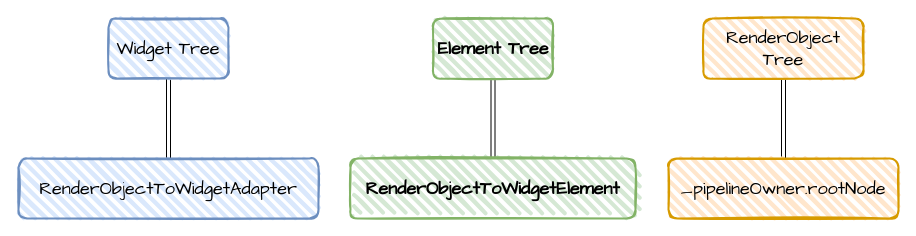
Earlier version of the draw.io diagram flutter_three_tree_root.drawio (XVXVXXX/drawio). Source tidied: cells renumbered, new cells numbered last; positions are measured from the earlier drawing's top-left corner, leaving out a move shared by most shapes. Both pictures are drawn from the tidied source at 100%, with x=0, y=0 at pixel (18, 18).
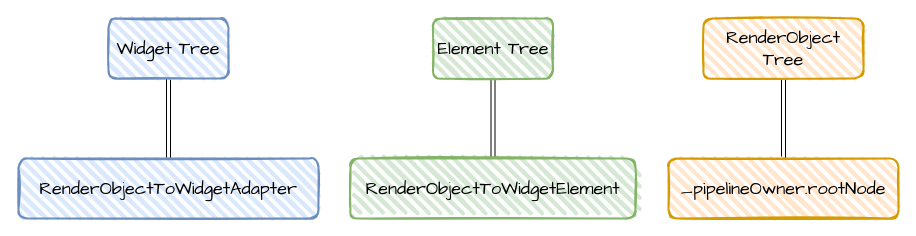
Above is the later version.

What changed in the source:
```diff
@@
 <mxGraphModel>
   <root>
     <mxCell id="0" />
     <mxCell id="1" parent="0" />
     <mxCell id="2" style="edgeStyle=orthogonalEdgeStyle;rounded=0;jettySize=auto;html=1;fontFamily=Comic Sans MS;fontSize=18;shape=link;" parent="1" edge="1" source="3" target="8">
       <mxGeometry relative="1" as="geometry" />
     </mxCell>
     <mxCell id="3" value="Widget Tree" style="rounded=1;whiteSpace=wrap;html=1;strokeWidth=2;fillWeight=4;hachureGap=8;hachureAngle=45;fillColor=#dae8fc;sketch=1;strokeColor=#6c8ebf;fontFamily=Comic Sans MS;fontSize=18;" parent="1" vertex="1">
       <mxGeometry x="90" width="120" height="60" as="geometry" />
     </mxCell>
     <mxCell id="4" style="edgeStyle=orthogonalEdgeStyle;rounded=0;jettySize=auto;html=1;fontFamily=Comic Sans MS;fontSize=18;shape=link;" parent="1" edge="1" source="5" target="9">
       <mxGeometry relative="1" as="geometry" />
     </mxCell>
-    <mxCell id="5" value="Element Tree" style="rounded=1;whiteSpace=wrap;html=1;strokeWidth=2;fillWeight=4;hachureGap=8;hachureAngle=45;fillColor=#d5e8d4;sketch=1;strokeColor=#82b366;fontFamily=Comic Sans MS;fontSize=18;fontStyle=1;" parent="1" vertex="1">
+    <mxCell id="5" value="&lt;span style=&quot;font-weight: normal&quot;&gt;Element Tree&lt;/span&gt;" style="rounded=1;whiteSpace=wrap;html=1;strokeWidth=2;fillWeight=4;hachureGap=8;hachureAngle=45;fillColor=#d5e8d4;sketch=1;strokeColor=#82b366;fontFamily=Comic Sans MS;fontSize=18;fontStyle=1;" parent="1" vertex="1">
       <mxGeometry x="414.5" width="120" height="60" as="geometry" />
     </mxCell>
     <mxCell id="6" style="edgeStyle=orthogonalEdgeStyle;rounded=0;jettySize=auto;html=1;fontFamily=Comic Sans MS;fontSize=18;shape=link;" parent="1" edge="1" source="7" target="10">
       <mxGeometry relative="1" as="geometry" />
     </mxCell>
     <mxCell id="7" value="RenderObject Tree" style="rounded=1;whiteSpace=wrap;html=1;strokeWidth=2;fillWeight=4;hachureGap=8;hachureAngle=45;fillColor=#ffe6cc;sketch=1;strokeColor=#d79b00;fontFamily=Comic Sans MS;fontSize=18;" parent="1" vertex="1">
       <mxGeometry x="685" width="160" height="60" as="geometry" />
     </mxCell>
     <mxCell id="8" value="RenderObjectToWidgetAdapter" style="rounded=1;whiteSpace=wrap;html=1;strokeWidth=2;fillWeight=4;hachureGap=8;hachureAngle=45;fillColor=#dae8fc;sketch=1;strokeColor=#6c8ebf;fontFamily=Comic Sans MS;fontSize=18;" parent="1" vertex="1">
       <mxGeometry y="140" width="300" height="60" as="geometry" />
     </mxCell>
-    <mxCell id="9" value="RenderObjectToWidgetElement" style="rounded=1;whiteSpace=wrap;html=1;strokeWidth=2;fillWeight=4;hachureGap=8;hachureAngle=45;fillColor=#d5e8d4;sketch=1;strokeColor=#82b366;fontFamily=Comic Sans MS;fontSize=18;fontStyle=1;" parent="1" vertex="1">
+    <mxCell id="9" value="&lt;span style=&quot;font-weight: normal&quot;&gt;RenderObjectToWidgetElement&lt;/span&gt;" style="rounded=1;whiteSpace=wrap;html=1;strokeWidth=2;fillWeight=4;hachureGap=8;hachureAngle=45;fillColor=#d5e8d4;sketch=1;strokeColor=#82b366;fontFamily=Comic Sans MS;fontSize=18;fontStyle=1;" parent="1" vertex="1">
       <mxGeometry x="332" y="140" width="285" height="60" as="geometry" />
     </mxCell>
     <mxCell id="10" value="_pipelineOwner.rootNode" style="rounded=1;whiteSpace=wrap;html=1;strokeWidth=2;fillWeight=4;hachureGap=8;hachureAngle=45;fillColor=#ffe6cc;sketch=1;strokeColor=#d79b00;fontFamily=Comic Sans MS;fontSize=18;" parent="1" vertex="1">
       <mxGeometry x="650" y="140" width="230" height="60" as="geometry" />
     </mxCell>
   </root>
 </mxGraphModel>
```
